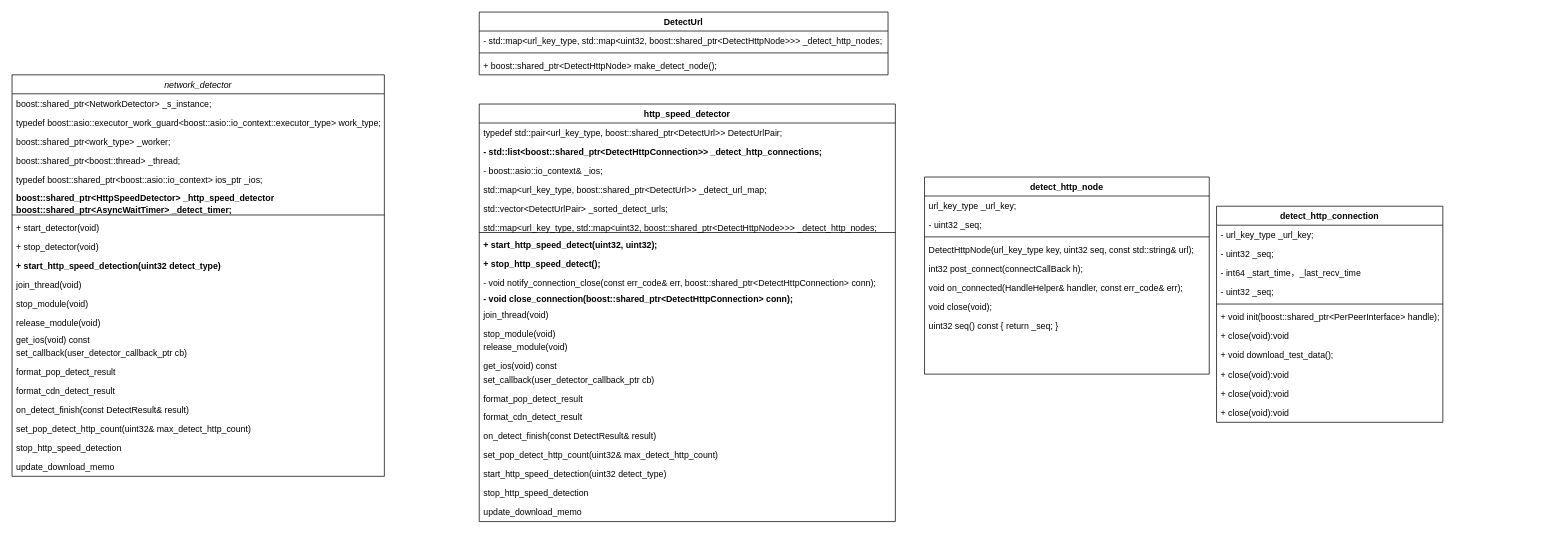
This is 上行宽带探测.drawio from luqicoder/Helllo-World, a draw.io file, before an edit. Source tidied: cells renumbered, new cells numbered last; positions are measured from the earlier drawing's top-left corner, leaving out a move shared by most shapes. Both pictures are drawn from the tidied source at 73%, with x=0, y=0 at pixel (12, 12).
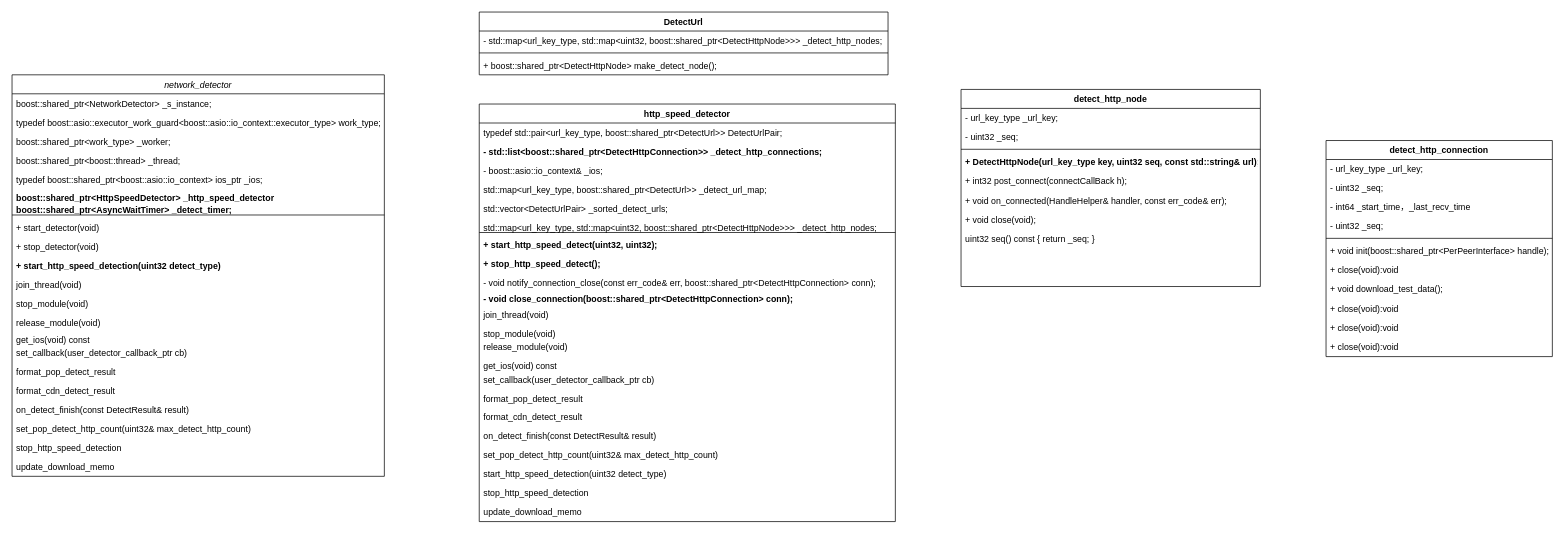
The same diagram, later.

Commit message:
更新上行宽带探测.drawio

Change to the diagram source:
```diff
@@
     <mxCell id="49" value="detect_http_node" style="swimlane;fontStyle=1;align=center;verticalAlign=top;horizontal=1;startSize=26;rounded=0;shadow=0;strokeWidth=1;" parent="1" vertex="1">
-      <mxGeometry x="1250" y="226" width="390" height="270" as="geometry" />
+      <mxGeometry x="1300" y="106" width="410" height="270" as="geometry" />
     </mxCell>
-    <mxCell id="50" value="url_key_type _url_key;" style="text;align=left;verticalAlign=top;spacingLeft=4;spacingRight=4;overflow=hidden;rounded=0;shadow=0;html=0;" parent="49" vertex="1">
-      <mxGeometry y="26" width="390" height="26" as="geometry" />
+    <mxCell id="50" value="- url_key_type _url_key;" style="text;align=left;verticalAlign=top;spacingLeft=4;spacingRight=4;overflow=hidden;rounded=0;shadow=0;html=0;" parent="49" vertex="1">
+      <mxGeometry y="26" width="410" height="26" as="geometry" />
     </mxCell>
     <mxCell id="51" value="- uint32 _seq;" style="text;strokeColor=none;fillColor=none;align=left;verticalAlign=top;spacingLeft=4;spacingRight=4;overflow=hidden;" parent="49" vertex="1">
-      <mxGeometry y="52" width="390" height="26" as="geometry" />
+      <mxGeometry y="52" width="410" height="26" as="geometry" />
     </mxCell>
     <mxCell id="52" style="line;html=1;strokeWidth=1;align=left;verticalAlign=middle;spacingTop=-1;spacingLeft=3;spacingRight=3;labelPosition=right;" parent="49" vertex="1">
-      <mxGeometry y="78" width="390" height="8" as="geometry" />
+      <mxGeometry y="78" width="410" height="8" as="geometry" />
     </mxCell>
-    <mxCell id="53" value="DetectHttpNode(url_key_type key, uint32 seq, const std::string&amp; url);" style="text;align=left;verticalAlign=top;spacingLeft=4;spacingRight=4;overflow=hidden;" parent="49" vertex="1">
-      <mxGeometry y="86" width="390" height="26" as="geometry" />
+    <mxCell id="53" value="+ DetectHttpNode(url_key_type key, uint32 seq, const std::string&amp; url);" style="text;align=left;verticalAlign=top;spacingLeft=4;spacingRight=4;overflow=hidden;fontStyle=1;" parent="49" vertex="1">
+      <mxGeometry y="86" width="410" height="26" as="geometry" />
     </mxCell>
-    <mxCell id="54" value="int32 post_connect(connectCallBack h);" style="text;align=left;verticalAlign=top;spacingLeft=4;spacingRight=4;overflow=hidden;" parent="49" vertex="1">
-      <mxGeometry y="112" width="390" height="26" as="geometry" />
+    <mxCell id="54" value="+ int32 post_connect(connectCallBack h);" style="text;align=left;verticalAlign=top;spacingLeft=4;spacingRight=4;overflow=hidden;" parent="49" vertex="1">
+      <mxGeometry y="112" width="410" height="28" as="geometry" />
     </mxCell>
-    <mxCell id="55" value="void on_connected(HandleHelper&amp; handler, const err_code&amp; err);" style="text;align=left;verticalAlign=top;spacingLeft=4;spacingRight=4;overflow=hidden;" parent="49" vertex="1">
-      <mxGeometry y="138" width="390" height="26" as="geometry" />
+    <mxCell id="55" value="+ void on_connected(HandleHelper&amp; handler, const err_code&amp; err);" style="text;align=left;verticalAlign=top;spacingLeft=4;spacingRight=4;overflow=hidden;" parent="49" vertex="1">
+      <mxGeometry y="140" width="410" height="26" as="geometry" />
     </mxCell>
-    <mxCell id="56" value="void close(void);" style="text;align=left;verticalAlign=top;spacingLeft=4;spacingRight=4;overflow=hidden;" parent="49" vertex="1">
-      <mxGeometry y="164" width="390" height="26" as="geometry" />
+    <mxCell id="56" value="+ void close(void);" style="text;align=left;verticalAlign=top;spacingLeft=4;spacingRight=4;overflow=hidden;" parent="49" vertex="1">
+      <mxGeometry y="166" width="410" height="26" as="geometry" />
     </mxCell>
     <mxCell id="57" value="uint32 seq() const { return _seq; }" style="text;align=left;verticalAlign=top;spacingLeft=4;spacingRight=4;overflow=hidden;" parent="49" vertex="1">
-      <mxGeometry y="190" width="390" height="26" as="geometry" />
+      <mxGeometry y="192" width="410" height="26" as="geometry" />
     </mxCell>
     <mxCell id="58" value="detect_http_connection" style="swimlane;fontStyle=1;align=center;verticalAlign=top;horizontal=1;startSize=26;" parent="1" vertex="1">
-      <mxGeometry x="1650" y="266" width="310" height="296" as="geometry" />
+      <mxGeometry x="1800" y="176" width="310" height="296" as="geometry" />
     </mxCell>
```
